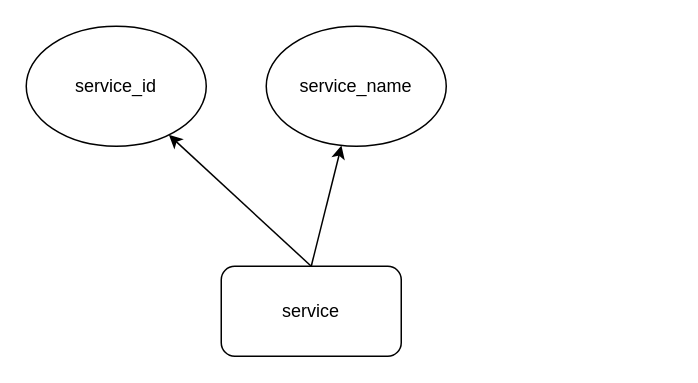
This is 未命名绘图.drawio from super-ll/testgit2, a draw.io file, before an edit. Source tidied: cells renumbered, new cells numbered last; positions are measured from the earlier drawing's top-left corner, leaving out a move shared by most shapes. Both pictures are drawn from the tidied source at 150%, with x=0, y=0 at pixel (26, 26).
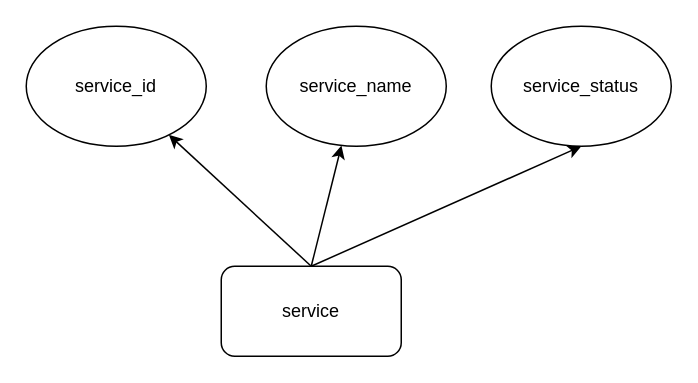
The same diagram, later.

Commit message (it also covers changes not shown here):
更新未命名绘图.drawio

Change to the diagram source:
```diff
@@
 <mxGraphModel>
   <root>
     <mxCell id="0" />
     <mxCell id="1" parent="0" />
     <mxCell id="2" value="service" style="rounded=1;whiteSpace=wrap;html=1;" parent="1" vertex="1">
       <mxGeometry x="130" y="160" width="120" height="60" as="geometry" />
     </mxCell>
     <mxCell id="3" style="endArrow=classic;html=1;rounded=0;exitX=0.5;exitY=0;exitDx=0;exitDy=0;" parent="1" edge="1" source="2" target="4">
       <mxGeometry relative="1" as="geometry" />
     </mxCell>
     <mxCell id="4" value="service_id" style="ellipse;whiteSpace=wrap;html=1;" parent="1" vertex="1">
       <mxGeometry width="120" height="80" as="geometry" />
     </mxCell>
     <mxCell id="5" style="endArrow=classic;html=1;rounded=0;exitX=0.5;exitY=0;exitDx=0;exitDy=0;" parent="1" edge="1" source="2" target="6">
       <mxGeometry relative="1" as="geometry" />
     </mxCell>
     <mxCell id="6" value="service_name" style="ellipse;whiteSpace=wrap;html=1;" parent="1" vertex="1">
       <mxGeometry x="160" width="120" height="80" as="geometry" />
     </mxCell>
+    <mxCell id="7" value="service_status" style="ellipse;whiteSpace=wrap;html=1;" parent="1" vertex="1">
+      <mxGeometry x="310" width="120" height="80" as="geometry" />
+    </mxCell>
+    <mxCell id="8" style="endArrow=classic;html=1;rounded=0;exitX=0.5;exitY=0;exitDx=0;exitDy=0;entryX=0.5;entryY=1;entryDx=0;entryDy=0;" parent="1" edge="1" source="2" target="7">
+      <mxGeometry relative="1" as="geometry" />
+    </mxCell>
   </root>
 </mxGraphModel>
```
